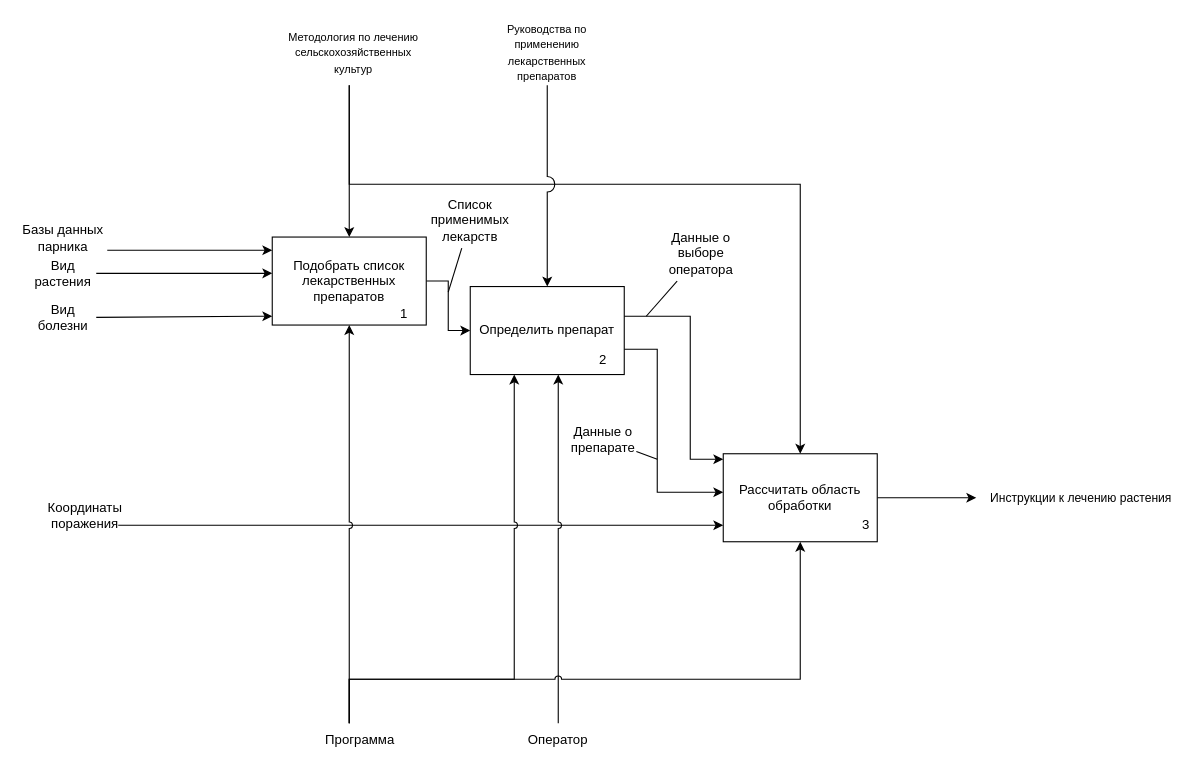
This is coursework/diagrams/IDEF0_2.drawio from ThomasCharester/KursuchShop, a draw.io file, before an edit. Source tidied: cells renumbered, new cells numbered last; positions are measured from the earlier drawing's top-left corner, leaving out a move shared by most shapes. Both pictures are drawn from the tidied source at 110%, with x=0, y=0 at pixel (19, 19).
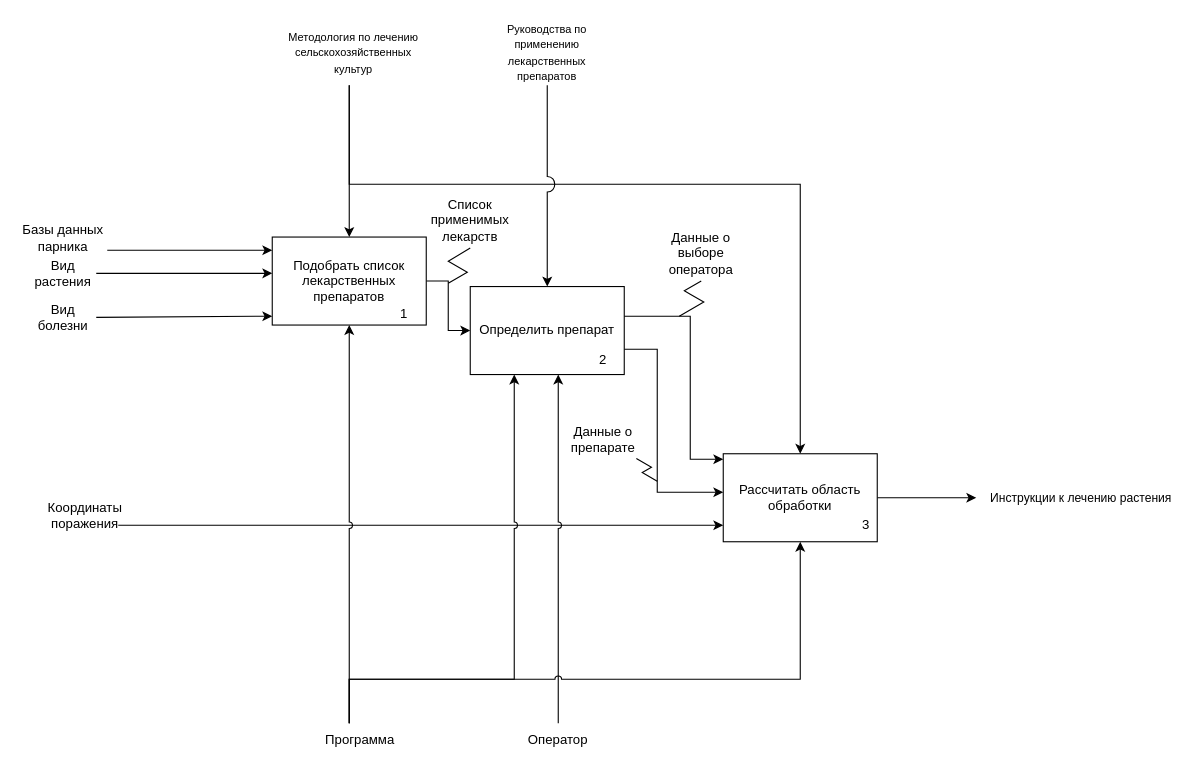
After the change.

The change refers to these unchanged cells:
```xml
<mxCell id="29" value="Список применимых лекарств" style="text;html=1;align=center;verticalAlign=middle;whiteSpace=wrap;rounded=0;" parent="1" vertex="1">
  <mxGeometry x="380" y="158" width="60" height="50" as="geometry" />
</mxCell>
<mxCell id="33" value="Данные о выборе оператора" style="text;html=1;align=center;verticalAlign=middle;whiteSpace=wrap;rounded=0;" parent="1" vertex="1">
  <mxGeometry x="590" y="188" width="60" height="50" as="geometry" />
</mxCell>
<mxCell id="34" value="Данные о препарате" style="text;html=1;align=center;verticalAlign=middle;whiteSpace=wrap;rounded=0;" parent="1" vertex="1">
  <mxGeometry x="501" y="357" width="60" height="50" as="geometry" />
</mxCell>
```

Diff of the diagram source:
```diff
@@
-    <mxCell id="30" style="endArrow=none;html=1;rounded=0;" parent="1" edge="1" source="29">
-      <mxGeometry relative="1" as="geometry">
-        <mxPoint x="390" y="248" as="targetPoint" />
-      </mxGeometry>
-    </mxCell>
-    <mxCell id="31" style="endArrow=none;html=1;rounded=0;" parent="1" edge="1" source="33">
-      <mxGeometry relative="1" as="geometry">
-        <mxPoint x="570" y="270" as="targetPoint" />
-      </mxGeometry>
-    </mxCell>
@@
-    <mxCell id="35" style="endArrow=none;html=1;rounded=0;" parent="1" edge="1" source="34">
-      <mxGeometry relative="1" as="geometry">
-        <mxPoint x="580" y="400" as="targetPoint" />
-      </mxGeometry>
-    </mxCell>
@@
+    <mxCell id="39" style="edgeStyle=isometricEdgeStyle;endArrow=none;html=1;rounded=0;entryX=0.5;entryY=1;entryDx=0;entryDy=0;" parent="1" edge="1" target="29">
+      <mxGeometry relative="1" as="geometry">
+        <mxPoint x="390" y="240" as="sourcePoint" />
+        <Array as="points">
+          <mxPoint x="390" y="220" />
+        </Array>
+      </mxGeometry>
+    </mxCell>
+    <mxCell id="40" style="edgeStyle=isometricEdgeStyle;endArrow=none;html=1;rounded=0;entryX=0.5;entryY=1;entryDx=0;entryDy=0;" parent="1" edge="1" target="33">
+      <mxGeometry relative="1" as="geometry">
+        <mxPoint x="600" y="270" as="sourcePoint" />
+        <Array as="points">
+          <mxPoint x="610" y="250" />
+        </Array>
+      </mxGeometry>
+    </mxCell>
+    <mxCell id="41" style="edgeStyle=isometricEdgeStyle;endArrow=none;html=1;elbow=vertical;rounded=0;" parent="1" edge="1" target="34">
+      <mxGeometry relative="1" as="geometry">
+        <mxPoint x="580" y="420" as="sourcePoint" />
+        <Array as="points">
+          <mxPoint x="570" y="410" />
+        </Array>
+      </mxGeometry>
+    </mxCell>
```
